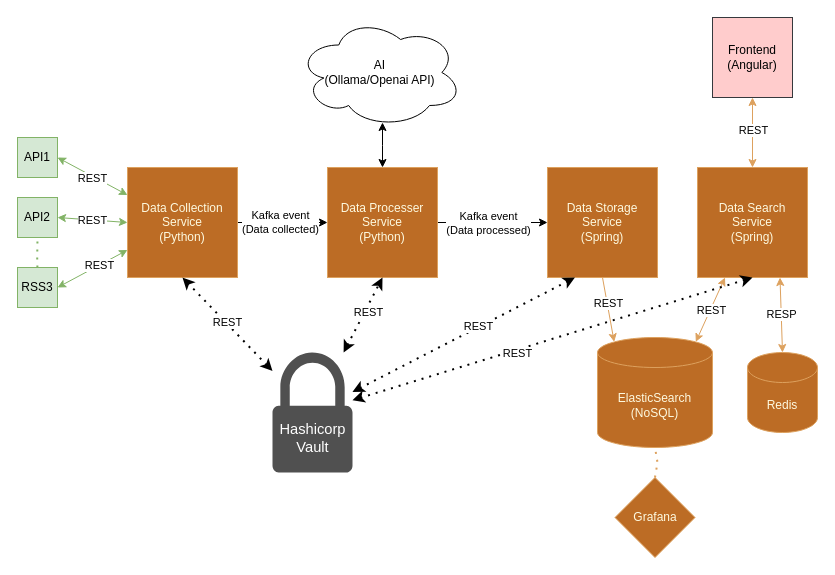
CzumperBirds/CzumperSearch keeps this draw.io diagram as ProjectArchitecture.drawio. Above is the earlier version. Source tidied: cells renumbered, new cells numbered last; positions are measured from the earlier drawing's top-left corner, leaving out a move shared by most shapes. Both pictures are drawn from the tidied source at 100%, with x=0, y=0 at pixel (17, 17).
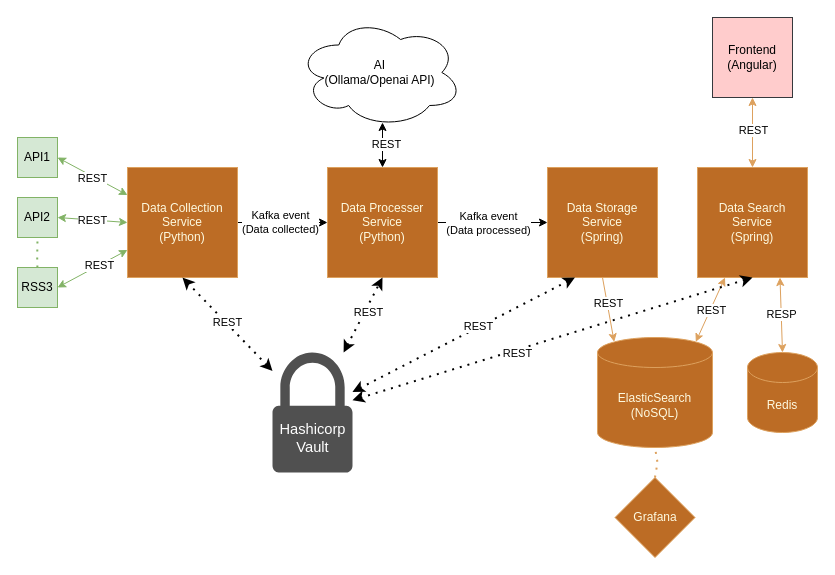
The same diagram, later.

Commit message:
Added protocil for communication with ai

The change refers to these unchanged cells:
```xml
<mxCell id="17" style="edgeStyle=orthogonalEdgeStyle;rounded=0;jettySize=auto;html=1;exitX=0.5;exitY=0;exitDx=0;exitDy=0;startArrow=classic;startFill=1;" parent="1" edge="1" source="18">
  <mxGeometry relative="1" as="geometry">
    <mxPoint x="365" y="105" as="targetPoint" />
  </mxGeometry>
</mxCell>
```

What changed in the source:
```diff
@@
+    <mxCell id="46" value="REST" style="edgeLabel;html=1;align=center;verticalAlign=middle;" parent="17" vertex="1">
+      <mxGeometry x="0.05" y="-3" relative="1" as="geometry" />
+    </mxCell>
```
